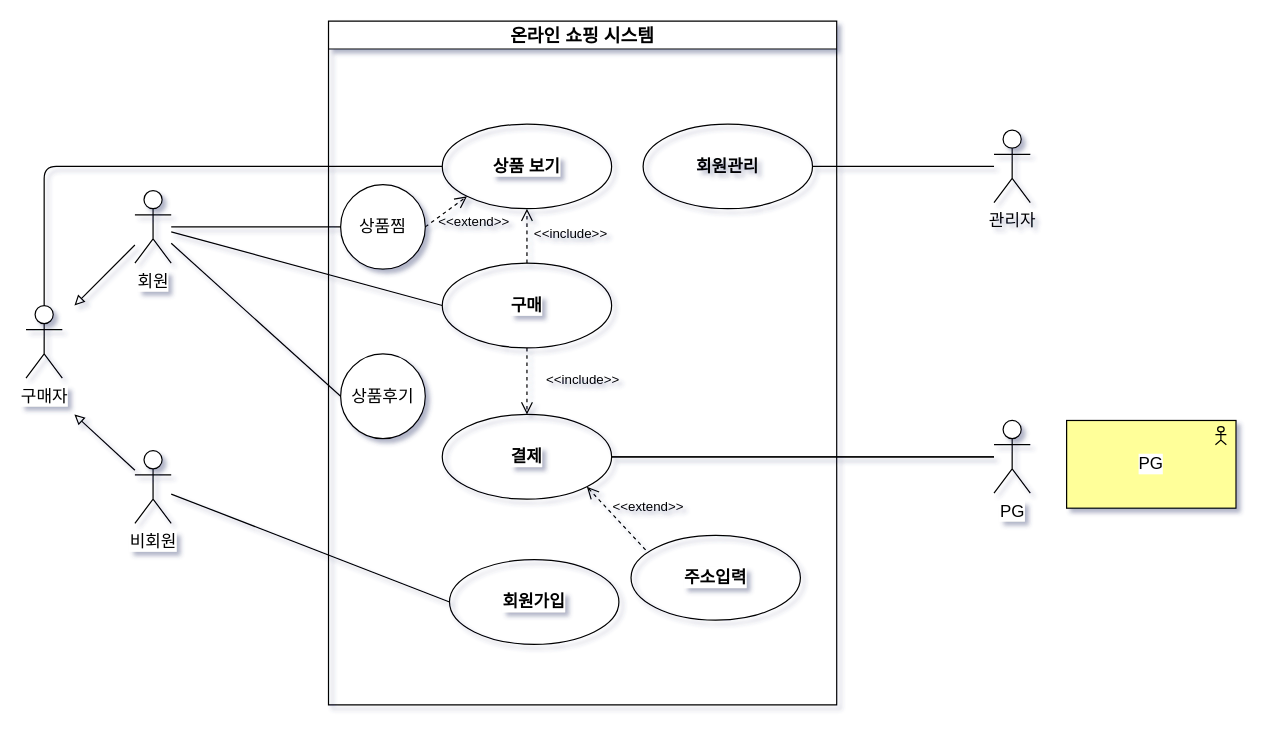
The draw.io diagram page "테스트-1" (1 of 2) of 제목 없는 다이어그램.drawio in hyun10144/Lecture3-1, before the edit. Source tidied: cells renumbered, new cells numbered last; positions are measured from the earlier drawing's top-left corner, leaving out a move shared by most shapes. Both pictures are drawn from the tidied source at 121%, with x=0, y=0 at pixel (25, 21).
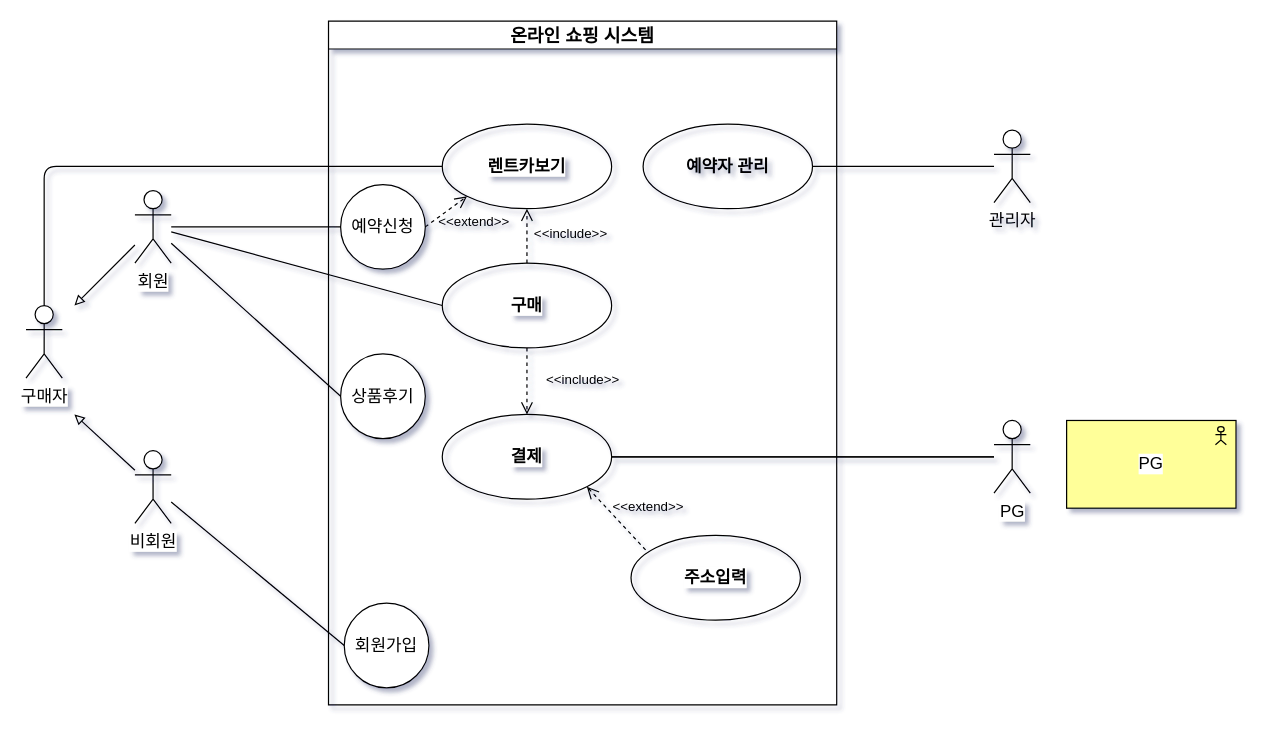
After the change.

Commit message:
제목 없는 다이어그램.drawio 업데이트

The change refers to these unchanged cells:
```xml
<mxCell id="2" value="&lt;font style=&quot;font-size: 15px;&quot;&gt;온라인 쇼핑 시스템&lt;/font&gt;" style="swimlane;whiteSpace=wrap;html=1;fontFamily=Helvetica;fontSize=11;fontColor=default;labelBackgroundColor=default;" parent="1" vertex="1">
  <mxGeometry x="250" width="420" height="565" as="geometry" />
</mxCell>
```

Change to the diagram source:
```diff
@@
-    <mxCell id="3" value="&lt;b style=&quot;font-size: 14px;&quot;&gt;회원관리&lt;/b&gt;" style="ellipse;whiteSpace=wrap;html=1;fillColor=none;fontSize=14;textShadow=0;" parent="2" vertex="1">
+    <mxCell id="3" value="&lt;b style=&quot;font-size: 14px;&quot;&gt;예약자 관리&lt;/b&gt;" style="ellipse;whiteSpace=wrap;html=1;fillColor=none;fontSize=14;textShadow=0;" parent="2" vertex="1">
       <mxGeometry x="260" y="85" width="140" height="70" as="geometry" />
     </mxCell>
@@
-    <mxCell id="5" value="&lt;font style=&quot;font-size: 14px;&quot;&gt;상품찜&lt;/font&gt;" style="ellipse;whiteSpace=wrap;html=1;fontFamily=Helvetica;fontSize=11;fontColor=default;labelBackgroundColor=default;" parent="2" vertex="1">
+    <mxCell id="5" value="&lt;font style=&quot;font-size: 14px;&quot;&gt;예약신청&lt;/font&gt;" style="ellipse;whiteSpace=wrap;html=1;fontFamily=Helvetica;fontSize=11;fontColor=default;labelBackgroundColor=default;" parent="2" vertex="1">
       <mxGeometry x="10" y="135" width="70" height="70" as="geometry" />
     </mxCell>
-    <mxCell id="6" value="&lt;b style=&quot;font-size: 14px;&quot;&gt;상품 보기&lt;/b&gt;" style="ellipse;whiteSpace=wrap;html=1;fontFamily=Helvetica;fontSize=14;fontColor=default;labelBackgroundColor=default;fillColor=none;textShadow=0;" parent="2" vertex="1">
+    <mxCell id="6" value="&lt;b style=&quot;font-size: 14px;&quot;&gt;렌트카보기&lt;/b&gt;" style="ellipse;whiteSpace=wrap;html=1;fontFamily=Helvetica;fontSize=14;fontColor=default;labelBackgroundColor=default;fillColor=none;textShadow=0;" parent="2" vertex="1">
       <mxGeometry x="94" y="85" width="140" height="70" as="geometry" />
     </mxCell>
@@
-    <mxCell id="10" value="&lt;b style=&quot;font-size: 14px;&quot;&gt;회원가입&lt;/b&gt;" style="ellipse;whiteSpace=wrap;html=1;fontFamily=Helvetica;fontSize=14;fontColor=default;labelBackgroundColor=default;fillColor=none;textShadow=0;" parent="2" vertex="1">
-      <mxGeometry x="100" y="445" width="140" height="70" as="geometry" />
-    </mxCell>
@@
+    <mxCell id="10" value="&lt;font style=&quot;font-size: 14px;&quot;&gt;회원가입&lt;/font&gt;" style="ellipse;whiteSpace=wrap;html=1;fontFamily=Helvetica;fontSize=11;fontColor=default;labelBackgroundColor=default;" parent="2" vertex="1">
+      <mxGeometry x="13" y="481" width="70" height="70" as="geometry" />
+    </mxCell>
```
